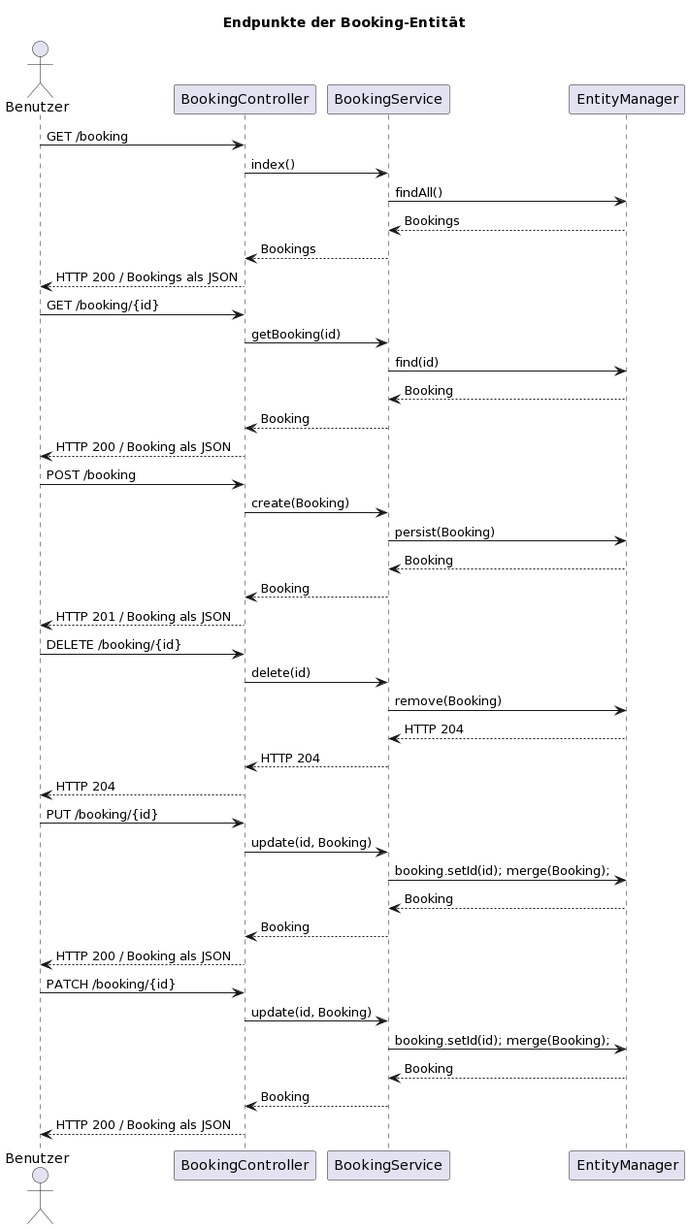
Above: assets/sequenzdiagramm_booking.png in carlottostromstedt/m223_projektarbeit (PlantUML), before the change. Source of this version:
```plantuml
@startuml
Title Endpunkte der Booking-Entität

actor Benutzer
participant BookingController
participant BookingService
participant EntityManager

Benutzer -> BookingController: GET /booking
BookingController -> BookingService: index()
BookingService -> EntityManager: findAll()
BookingService <-- EntityManager: Bookings
BookingController <-- BookingService: Bookings
Benutzer <-- BookingController: HTTP 200 / Bookings als JSON

Benutzer -> BookingController: GET /booking/{id}
BookingController -> BookingService: getBooking(id)
BookingService -> EntityManager: find(id)
BookingService <-- EntityManager: Booking
BookingController <-- BookingService: Booking
Benutzer <-- BookingController: HTTP 200 / Booking als JSON

Benutzer -> BookingController: POST /booking
BookingController -> BookingService: create(Booking)
BookingService -> EntityManager: persist(Booking)
BookingService <-- EntityManager: Booking
BookingController <-- BookingService: Booking
Benutzer <-- BookingController: HTTP 201 / Booking als JSON

Benutzer -> BookingController: DELETE /booking/{id}
BookingController -> BookingService: delete(id)
BookingService -> EntityManager: remove(Booking)
BookingService <-- EntityManager: HTTP 204
BookingController <-- BookingService: HTTP 204
Benutzer <-- BookingController: HTTP 204

Benutzer -> BookingController: PUT /booking/{id}
BookingController -> BookingService: update(id, Booking)
BookingService -> EntityManager: booking.setId(id); merge(Booking);
BookingService <-- EntityManager: Booking
BookingController <-- BookingService: Booking
Benutzer <-- BookingController: HTTP 200 / Booking als JSON

Benutzer -> BookingController: PATCH /booking/{id}
BookingController -> BookingService: update(id, Booking)
BookingService -> EntityManager: booking.setId(id); merge(Booking);
BookingService <-- EntityManager: Booking
BookingController <-- BookingService: Booking
Benutzer <-- BookingController: HTTP 200 / Booking als JSON
@enduml
```
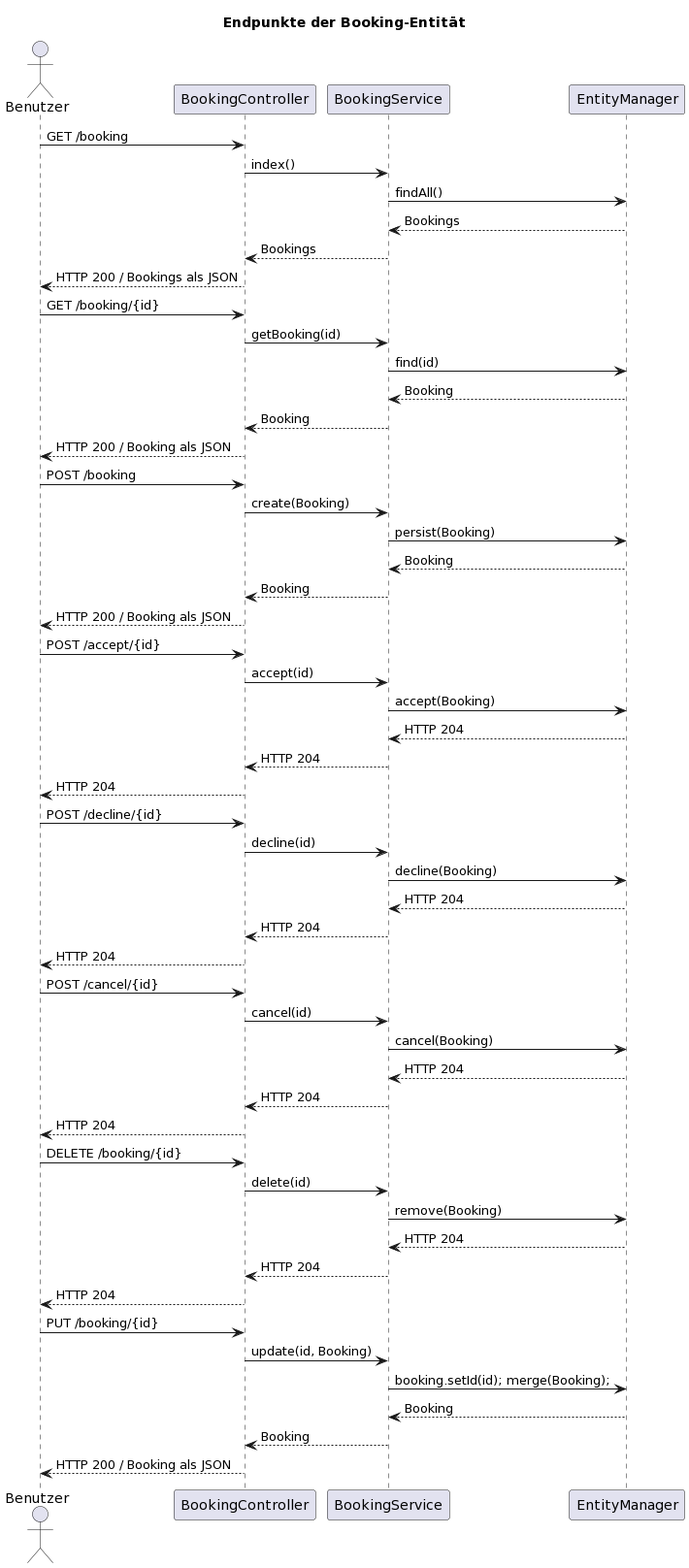
The same diagram one commit later.

What changed in the source:
```diff
@@ -25,7 +25,28 @@
 BookingService -> EntityManager: persist(Booking)
 BookingService <-- EntityManager: Booking
 BookingController <-- BookingService: Booking
-Benutzer <-- BookingController: HTTP 201 / Booking als JSON
+Benutzer <-- BookingController: HTTP 200 / Booking als JSON
+
+Benutzer -> BookingController: POST /accept/{id}
+BookingController -> BookingService: accept(id)
+BookingService -> EntityManager: accept(Booking)
+BookingService <-- EntityManager: HTTP 204
+BookingController <-- BookingService: HTTP 204
+Benutzer <-- BookingController: HTTP 204
+
+Benutzer -> BookingController: POST /decline/{id}
+BookingController -> BookingService: decline(id)
+BookingService -> EntityManager: decline(Booking)
+BookingService <-- EntityManager: HTTP 204
+BookingController <-- BookingService: HTTP 204
+Benutzer <-- BookingController: HTTP 204
+
+Benutzer -> BookingController: POST /cancel/{id}
+BookingController -> BookingService: cancel(id)
+BookingService -> EntityManager: cancel(Booking)
+BookingService <-- EntityManager: HTTP 204
+BookingController <-- BookingService: HTTP 204
+Benutzer <-- BookingController: HTTP 204
 
 Benutzer -> BookingController: DELETE /booking/{id}
 BookingController -> BookingService: delete(id)
@@ -40,11 +61,4 @@
 BookingService <-- EntityManager: Booking
 BookingController <-- BookingService: Booking
 Benutzer <-- BookingController: HTTP 200 / Booking als JSON
-
-Benutzer -> BookingController: PATCH /booking/{id}
-BookingController -> BookingService: update(id, Booking)
-BookingService -> EntityManager: booking.setId(id); merge(Booking);
-BookingService <-- EntityManager: Booking
-BookingController <-- BookingService: Booking
-Benutzer <-- BookingController: HTTP 200 / Booking als JSON
 @enduml
```
